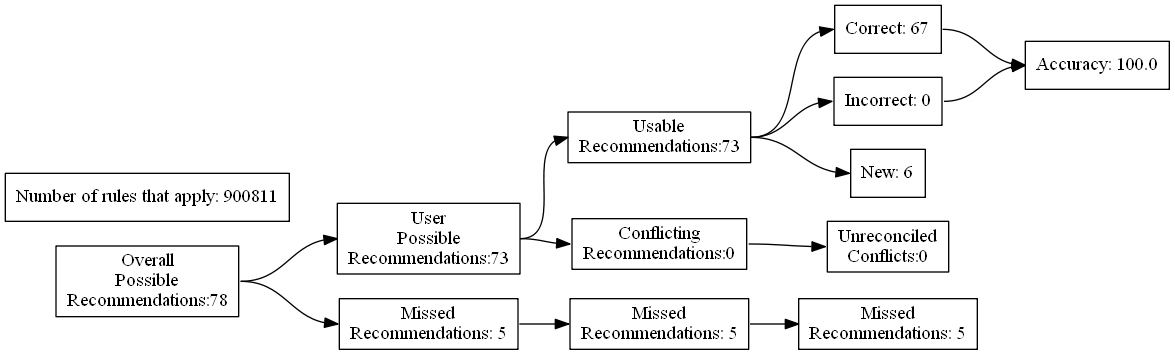
Earlier version of the Graphviz export test_renders/90.gv.png (ZaxR/ibd_diet_analysis). Its source is kept beside it as test_renders/90.gv.
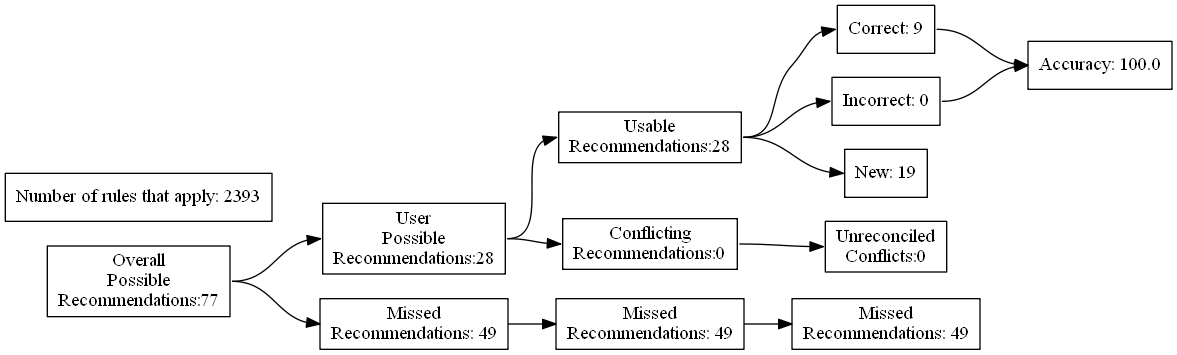
Above is the later version.

Change to the diagram source:
```diff
@@ -4,27 +4,27 @@
 	edge [headport=w tailport=e]
 		A [label="Overall
 Possible
-Recommendations:78"]
+Recommendations:77"]
 		B [label="User
 Possible
-Recommendations:73"]
+Recommendations:28"]
 		C [label="Missed
-Recommendations: 5"]
+Recommendations: 49"]
 		D [label="Usable
-Recommendations:73"]
+Recommendations:28"]
 		E [label="Conflicting
 Recommendations:0"]
 		J [label="Missed
-Recommendations: 5"]
+Recommendations: 49"]
 		M [label="Unreconciled
 Conflicts:0"]
-		F [label="Correct: 67"]
+		F [label="Correct: 9"]
 		G [label="Incorrect: 0"]
-		H [label="New: 6"]
+		H [label="New: 19"]
 		K [label="Missed
-Recommendations: 5"]
+Recommendations: 49"]
 		I [label="Accuracy: 100.0"]
-		l [label="Number of rules that apply: 900811"]
+		l [label="Number of rules that apply: 2393"]
 			A -> B
 			A -> C
 			B -> D
```
